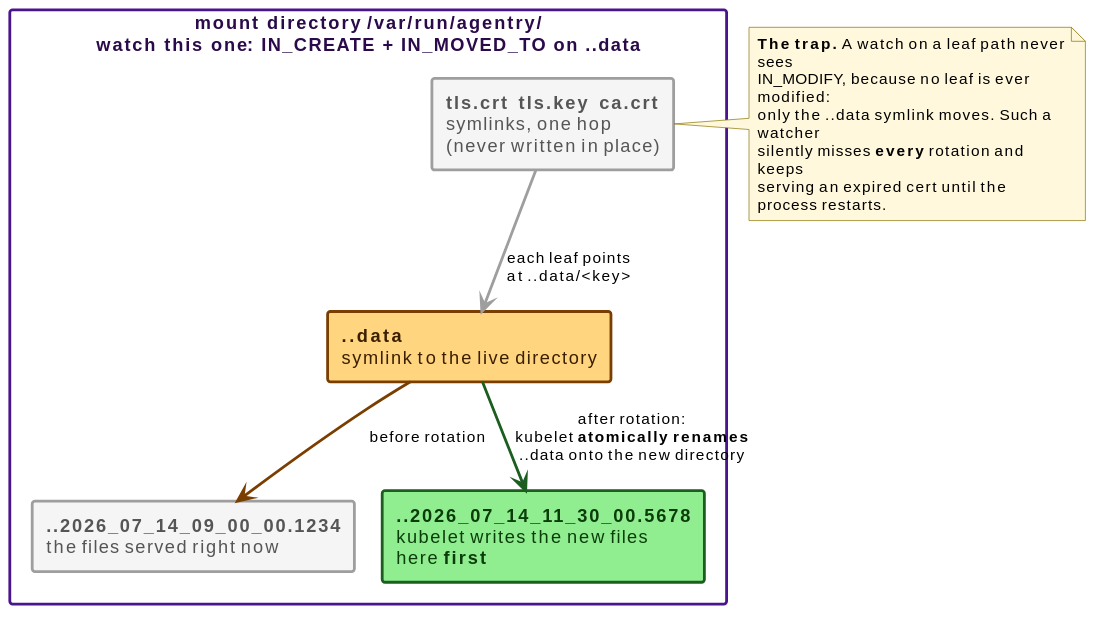
This is docs/src/diagrams/projected-volume-rotation.svg from win07xp/kaalm, a PlantUML export, as it was before one commit.
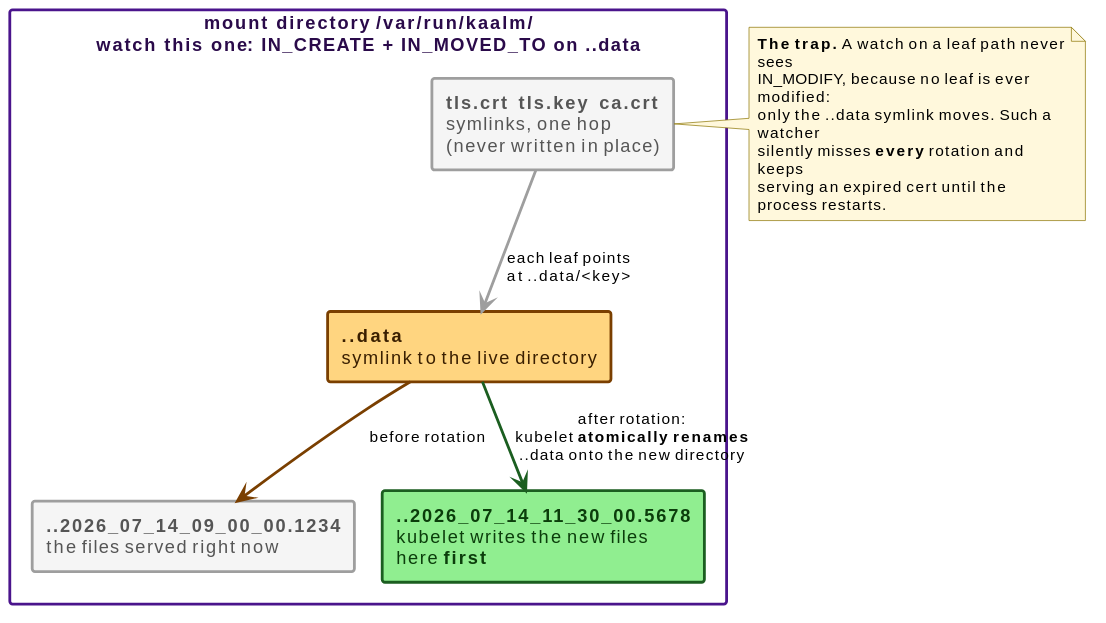
After the change.

What changed in the source:
```diff
@@ -7,7 +7,7 @@
   roundCorner 4
 }
 
-rectangle "mount directory **/var/run/agentry/**\n**watch this one**: IN_CREATE + IN_MOVED_TO on ..data" as dir #line:4A148C;line.bold;text:2a0a4a {
+rectangle "mount directory **/var/run/kaalm/**\n**watch this one**: IN_CREATE + IN_MOVED_TO on ..data" as dir #line:4A148C;line.bold;text:2a0a4a {
 
   rectangle "**tls.crt**  **tls.key**  **ca.crt**\nsymlinks, one hop\n(never written in place)" as leaves #back:F5F5F5;line:9E9E9E;line.bold;text:555555
 
```
